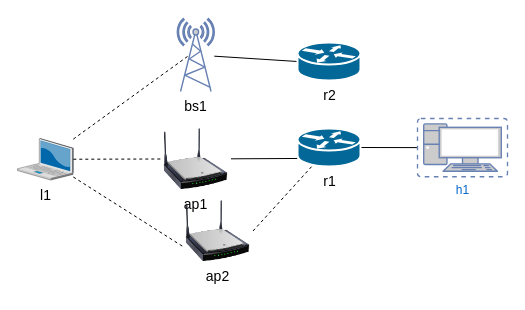
Above: page "功能验证_拓扑" (1 of 2) of 实验拓扑和结果.drawio in Icarus1994/neutron_conf (draw.io), before the change. Source tidied: cells renumbered, new cells numbered last; positions are measured from the earlier drawing's top-left corner, leaving out a move shared by most shapes. Both pictures are drawn from the tidied source at 100%, with x=0, y=0 at pixel (17, 18).
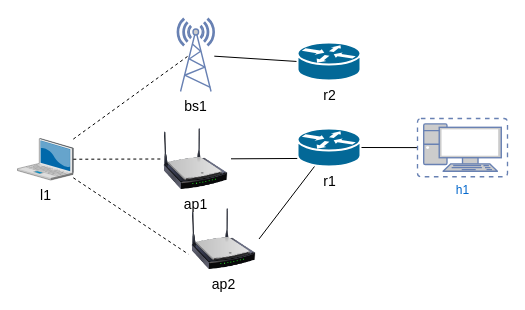
After the change.

Commit message (it also covers changes not shown here):
Update 实验拓扑和结果.drawio

Change to the diagram source:
```diff
@@
 <mxGraphModel>
   <root>
     <mxCell id="0" />
     <mxCell id="1" parent="0" />
     <mxCell id="2" style="edgeStyle=none;rounded=0;jettySize=auto;html=1;endArrow=none;endFill=0;entryX=0;entryY=0.789;entryDx=0;entryDy=0;entryPerimeter=0;" parent="1" edge="1" source="6" target="8">
       <mxGeometry relative="1" as="geometry" />
     </mxCell>
     <mxCell id="3" value="&lt;font style=&quot;font-size: 14px&quot; color=&quot;#000000&quot;&gt;bs1&lt;/font&gt;" style="fontColor=#0066CC;verticalAlign=top;verticalLabelPosition=bottom;labelPosition=center;align=center;html=1;outlineConnect=0;fillColor=#CCCCCC;strokeColor=#6881B3;gradientColor=none;gradientDirection=north;strokeWidth=2;shape=mxgraph.networks.radio_tower;" parent="1" vertex="1">
       <mxGeometry x="159.8" width="37" height="73" as="geometry" />
     </mxCell>
     <mxCell id="4" value="&lt;font style=&quot;font-size: 14px&quot;&gt;l1&lt;/font&gt;" style="verticalLabelPosition=bottom;html=1;verticalAlign=top;strokeColor=none;align=center;outlineConnect=0;shape=mxgraph.citrix.laptop_2;" parent="1" vertex="1">
       <mxGeometry y="120" width="55.8" height="41.6" as="geometry" />
     </mxCell>
     <mxCell id="5" style="edgeStyle=none;rounded=0;jettySize=auto;html=1;endArrow=none;endFill=0;exitX=0;exitY=0.5;exitDx=0;exitDy=0;exitPerimeter=0;" parent="1" edge="1" source="15" target="3">
       <mxGeometry relative="1" as="geometry" />
     </mxCell>
     <mxCell id="6" value="&lt;font style=&quot;font-size: 14px&quot;&gt;ap1&lt;/font&gt;" style="image;html=1;labelBackgroundColor=#ffffff;image=img/lib/clip_art/networking/Wireless_Router_N_128x128.png;" parent="1" vertex="1">
       <mxGeometry x="143" y="110" width="70.5" height="61" as="geometry" />
     </mxCell>
     <mxCell id="7" style="rounded=0;jettySize=auto;html=1;entryX=0;entryY=0.5;entryDx=0;entryDy=0;entryPerimeter=0;strokeWidth=1;endArrow=none;endFill=0;exitX=1;exitY=0.5;exitDx=0;exitDy=0;exitPerimeter=0;" parent="1" edge="1" source="8" target="9">
       <mxGeometry relative="1" as="geometry" />
     </mxCell>
     <mxCell id="8" value="&lt;span style=&quot;font-size: 14px&quot;&gt;r1&lt;/span&gt;" style="shape=mxgraph.cisco.routers.router;html=1;dashed=0;fillColor=#036897;strokeColor=#ffffff;strokeWidth=2;verticalLabelPosition=bottom;verticalAlign=top;" parent="1" vertex="1">
       <mxGeometry x="280" y="110" width="63" height="38" as="geometry" />
     </mxCell>
     <mxCell id="9" value="h1" style="fontColor=#0066CC;verticalAlign=top;verticalLabelPosition=bottom;labelPosition=center;align=center;html=1;outlineConnect=0;fillColor=#CCCCCC;strokeColor=#6881B3;gradientColor=none;gradientDirection=north;strokeWidth=2;shape=mxgraph.networks.virtual_pc;" parent="1" vertex="1">
       <mxGeometry x="400" y="100" width="90" height="58.2" as="geometry" />
     </mxCell>
     <mxCell id="10" style="endArrow=none;html=1;entryX=0.33;entryY=0.5;entryDx=0;entryDy=0;entryPerimeter=0;dashed=1;" parent="1" edge="1" source="4" target="3">
       <mxGeometry relative="1" as="geometry" />
     </mxCell>
     <mxCell id="11" style="endArrow=none;html=1;entryX=0;entryY=0.5;entryDx=0;entryDy=0;dashed=1;" parent="1" edge="1" source="4" target="6">
       <mxGeometry relative="1" as="geometry" />
     </mxCell>
     <mxCell id="12" value="&lt;font style=&quot;font-size: 14px&quot;&gt;ap2&lt;/font&gt;" style="image;html=1;labelBackgroundColor=#ffffff;image=img/lib/clip_art/networking/Wireless_Router_N_128x128.png;" parent="1" vertex="1">
-      <mxGeometry x="165" y="182" width="70.5" height="61" as="geometry" />
+      <mxGeometry x="171" y="190" width="70.5" height="61" as="geometry" />
     </mxCell>
     <mxCell id="13" style="endArrow=none;html=1;dashed=1;entryX=0;entryY=0.75;entryDx=0;entryDy=0;" parent="1" edge="1" source="4" target="12">
       <mxGeometry relative="1" as="geometry" />
     </mxCell>
-    <mxCell id="14" style="endArrow=none;html=1;dashed=1;exitX=1;exitY=0.5;exitDx=0;exitDy=0;" parent="1" edge="1" source="12" target="8">
+    <mxCell id="14" style="endArrow=none;html=1;exitX=1;exitY=0.5;exitDx=0;exitDy=0;" parent="1" edge="1" source="12" target="8">
       <mxGeometry relative="1" as="geometry" />
     </mxCell>
     <mxCell id="15" value="&lt;span style=&quot;font-size: 14px&quot;&gt;r2&lt;/span&gt;" style="shape=mxgraph.cisco.routers.router;html=1;dashed=0;fillColor=#036897;strokeColor=#ffffff;strokeWidth=2;verticalLabelPosition=bottom;verticalAlign=top;" parent="1" vertex="1">
       <mxGeometry x="280" y="24" width="63" height="38" as="geometry" />
     </mxCell>
   </root>
 </mxGraphModel>
```
